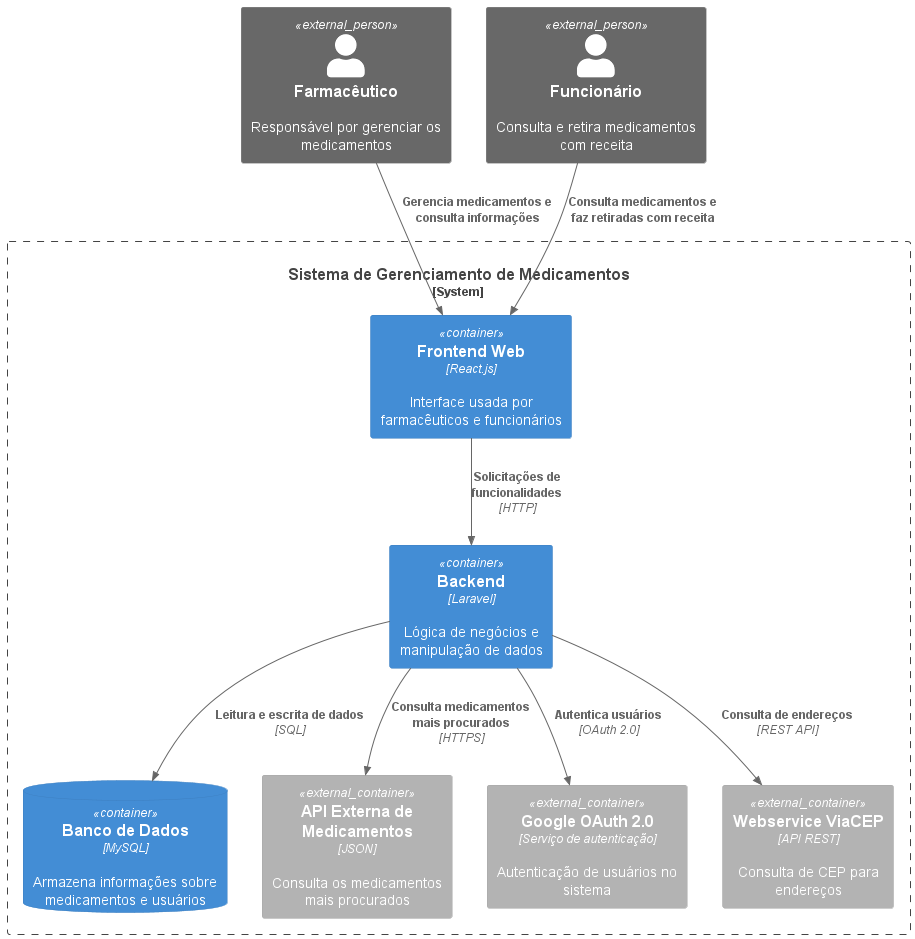
echotasuku/Scripts_Diagramas keeps this PlantUML diagram as out/Container/Container/Container.png. Above is the earlier version. Its diagram source:
```plantuml
@startuml
!include https://raw.githubusercontent.com/plantuml-stdlib/C4-PlantUML/master/C4_Container.puml


Person_Ext(farmaceutico, "Farmacêutico", "Responsável por gerenciar os medicamentos")
Person_Ext(funcionario, "Funcionário", "Consulta e retira medicamentos com receita")

System_Boundary(sistema, "Sistema de Gerenciamento de Medicamentos") {
    Container(frontend, "Frontend Web", "React.js", "Interface usada por farmacêuticos e funcionários")
    Container(backend, "Backend", "Laravel", "Lógica de negócios e manipulação de dados")
    ContainerDb(database, "Banco de Dados", "MySQL", "Armazena informações sobre medicamentos e usuários")
    Container_Ext(apiMedicamentos, "API Externa de Medicamentos", "JSON", "Consulta os medicamentos mais procurados")
    Container_Ext(googleOAuth, "Google OAuth 2.0", "Serviço de autenticação", "Autenticação de usuários no sistema")
    Container_Ext(viaCEP, "Webservice ViaCEP", "API REST", "Consulta de CEP para endereços")
}

Rel(farmaceutico, frontend, "Gerencia medicamentos e consulta informações")
Rel(funcionario, frontend, "Consulta medicamentos e faz retiradas com receita")
Rel(frontend, backend, "Solicitações de funcionalidades", "HTTP")
Rel(backend, database, "Leitura e escrita de dados", "SQL")
Rel(backend, apiMedicamentos, "Consulta medicamentos mais procurados", "HTTPS")
Rel(backend, googleOAuth, "Autentica usuários", "OAuth 2.0")
Rel(backend, viaCEP, "Consulta de endereços", "REST API")

@enduml
```
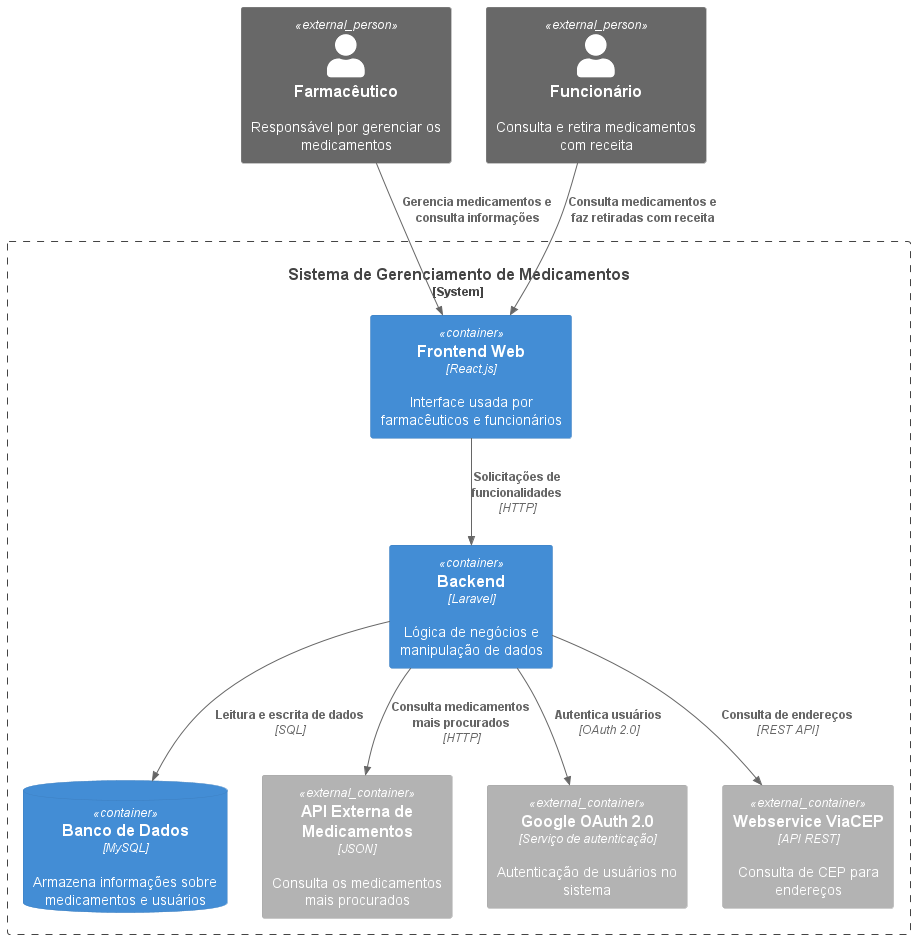
The same diagram one commit later.

Change to the diagram source:
```diff
@@ -18,7 +18,7 @@
 Rel(funcionario, frontend, "Consulta medicamentos e faz retiradas com receita")
 Rel(frontend, backend, "Solicitações de funcionalidades", "HTTP")
 Rel(backend, database, "Leitura e escrita de dados", "SQL")
-Rel(backend, apiMedicamentos, "Consulta medicamentos mais procurados", "HTTPS")
+Rel(backend, apiMedicamentos, "Consulta medicamentos mais procurados", "HTTP")
 Rel(backend, googleOAuth, "Autentica usuários", "OAuth 2.0")
 Rel(backend, viaCEP, "Consulta de endereços", "REST API")
 
```
